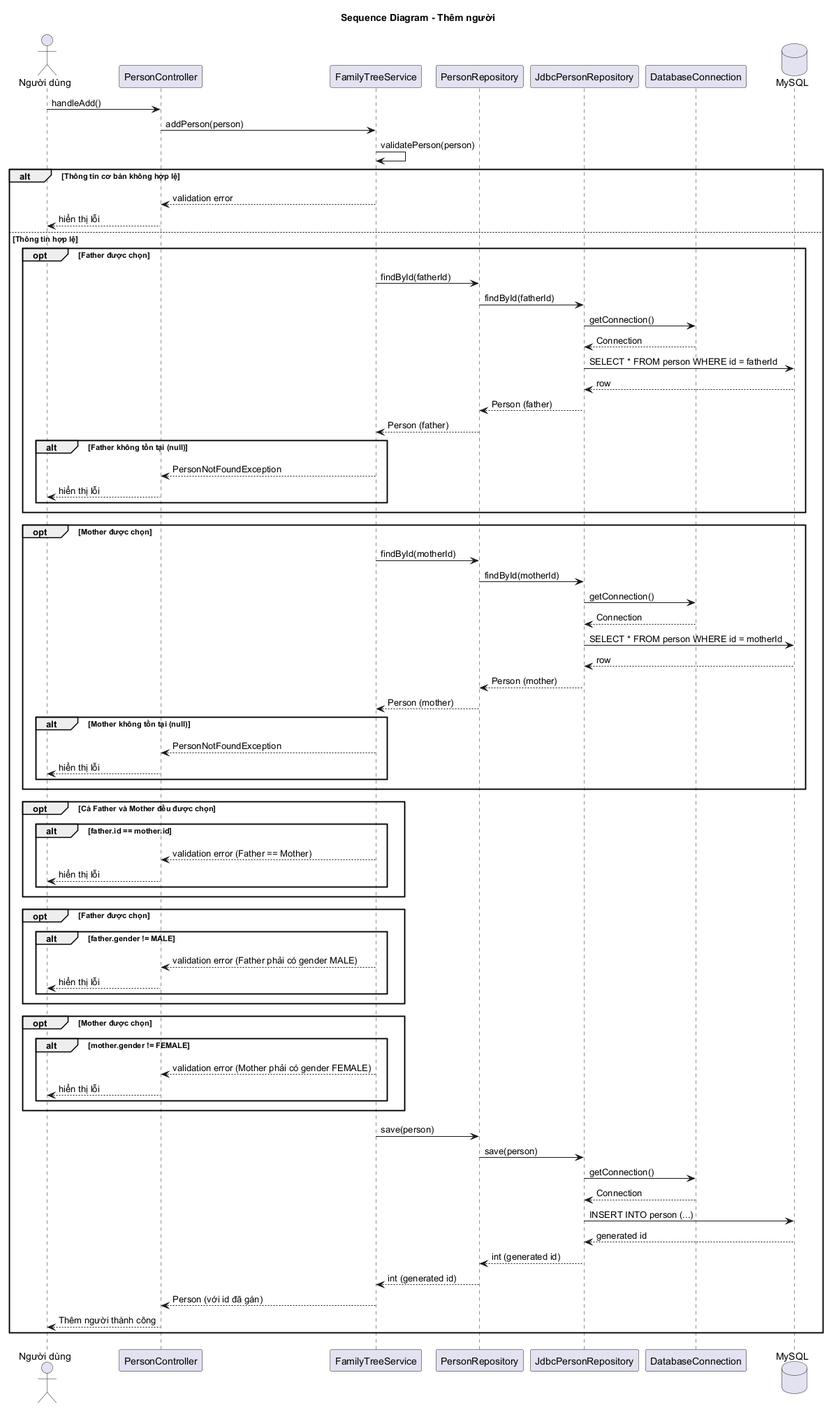
Before: docs/uml/sequence-add-person.png, a diagram exported from PlantUML (minhchien170704/do-an-gia-pha). Its diagram source:
```plantuml
@startuml sequence-add-person

title Sequence Diagram - Thêm người

actor "Người dùng" as User
participant "PersonController" as Controller
participant "FamilyTreeService" as Service
participant "PersonRepository" as Repo
participant "JdbcPersonRepository" as JdbcRepo
participant "DatabaseConnection" as DBConn
database "MySQL" as DB

User -> Controller : handleAdd()
Controller -> Service : addPerson(person)

Service -> Service : validatePerson(person)

alt Thông tin cơ bản không hợp lệ
    Service --> Controller : validation error
    Controller --> User : hiển thị lỗi
else Thông tin hợp lệ

    opt Father được chọn
        Service -> Repo : findById(fatherId)
        Repo -> JdbcRepo : findById(fatherId)
        JdbcRepo -> DBConn : getConnection()
        DBConn --> JdbcRepo : Connection
        JdbcRepo -> DB : SELECT * FROM person WHERE id = fatherId
        DB --> JdbcRepo : row
        JdbcRepo --> Repo : Person (father)
        Repo --> Service : Person (father)

        alt Father không tồn tại (null)
            Service --> Controller : PersonNotFoundException
            Controller --> User : hiển thị lỗi
        end
    end

    opt Mother được chọn
        Service -> Repo : findById(motherId)
        Repo -> JdbcRepo : findById(motherId)
        JdbcRepo -> DBConn : getConnection()
        DBConn --> JdbcRepo : Connection
        JdbcRepo -> DB : SELECT * FROM person WHERE id = motherId
        DB --> JdbcRepo : row
        JdbcRepo --> Repo : Person (mother)
        Repo --> Service : Person (mother)

        alt Mother không tồn tại (null)
            Service --> Controller : PersonNotFoundException
            Controller --> User : hiển thị lỗi
        end
    end

    opt Cả Father và Mother đều được chọn
        alt father.id == mother.id
            Service --> Controller : validation error (Father == Mother)
            Controller --> User : hiển thị lỗi
        end
    end

    opt Father được chọn
        alt father.gender != MALE
            Service --> Controller : validation error (Father phải có gender MALE)
            Controller --> User : hiển thị lỗi
        end
    end

    opt Mother được chọn
        alt mother.gender != FEMALE
            Service --> Controller : validation error (Mother phải có gender FEMALE)
            Controller --> User : hiển thị lỗi
        end
    end

    Service -> Repo : save(person)
    Repo -> JdbcRepo : save(person)
    JdbcRepo -> DBConn : getConnection()
    DBConn --> JdbcRepo : Connection
    JdbcRepo -> DB : INSERT INTO person (...)
    DB --> JdbcRepo : generated id
    JdbcRepo --> Repo : int (generated id)
    Repo --> Service : int (generated id)
    Service --> Controller : Person (với id đã gán)
    Controller --> User : Thêm người thành công

end

@enduml
```
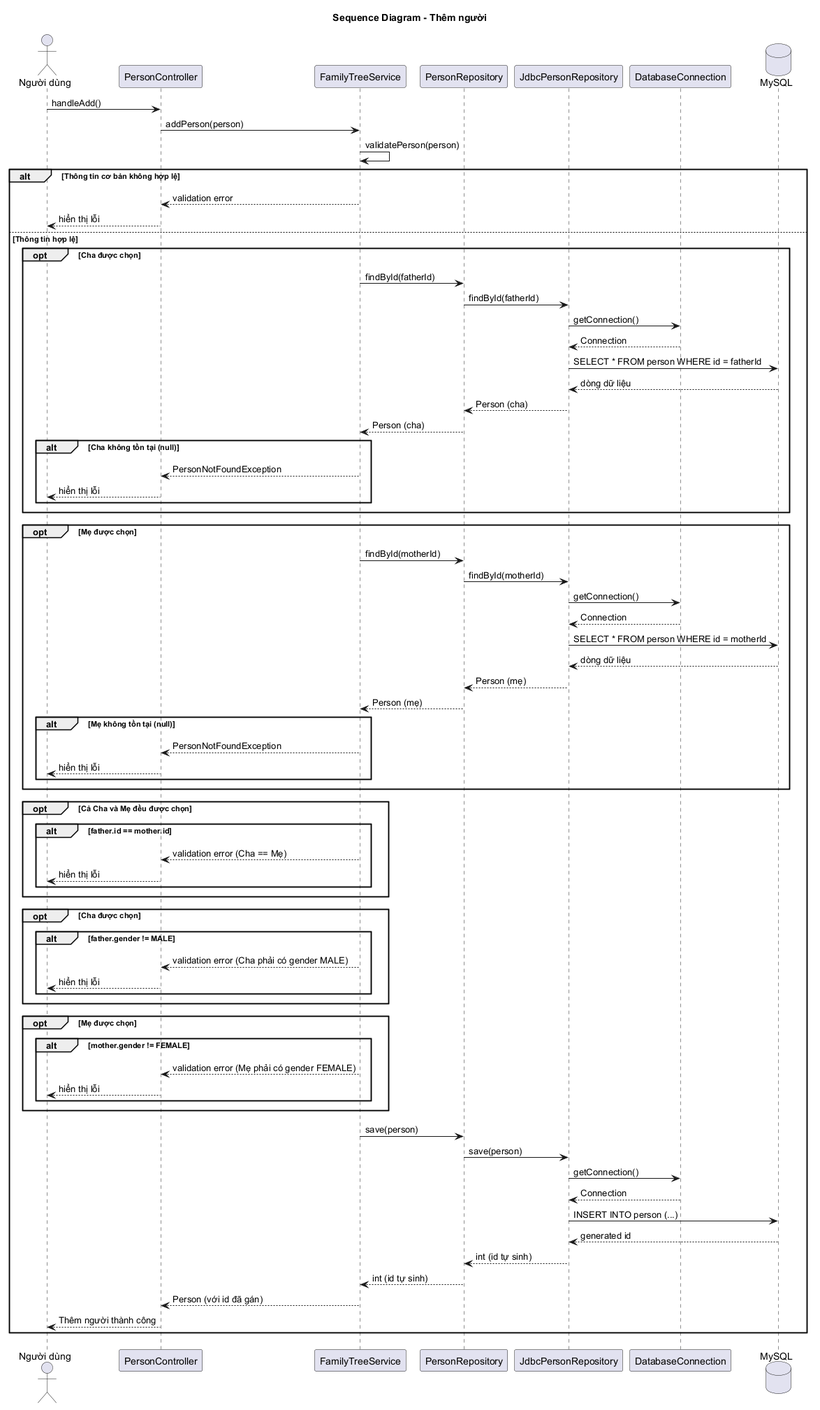
The same diagram one commit later.

Change to the diagram source:
```diff
@@ -20,55 +20,55 @@
     Controller --> User : hiển thị lỗi
 else Thông tin hợp lệ
 
-    opt Father được chọn
+    opt Cha được chọn
         Service -> Repo : findById(fatherId)
         Repo -> JdbcRepo : findById(fatherId)
         JdbcRepo -> DBConn : getConnection()
         DBConn --> JdbcRepo : Connection
         JdbcRepo -> DB : SELECT * FROM person WHERE id = fatherId
-        DB --> JdbcRepo : row
-        JdbcRepo --> Repo : Person (father)
-        Repo --> Service : Person (father)
+        DB --> JdbcRepo : dòng dữ liệu
+        JdbcRepo --> Repo : Person (cha)
+        Repo --> Service : Person (cha)
 
-        alt Father không tồn tại (null)
+        alt Cha không tồn tại (null)
             Service --> Controller : PersonNotFoundException
             Controller --> User : hiển thị lỗi
         end
     end
 
-    opt Mother được chọn
+    opt Mẹ được chọn
         Service -> Repo : findById(motherId)
         Repo -> JdbcRepo : findById(motherId)
         JdbcRepo -> DBConn : getConnection()
         DBConn --> JdbcRepo : Connection
         JdbcRepo -> DB : SELECT * FROM person WHERE id = motherId
-        DB --> JdbcRepo : row
-        JdbcRepo --> Repo : Person (mother)
-        Repo --> Service : Person (mother)
+        DB --> JdbcRepo : dòng dữ liệu
+        JdbcRepo --> Repo : Person (mẹ)
+        Repo --> Service : Person (mẹ)
 
-        alt Mother không tồn tại (null)
+        alt Mẹ không tồn tại (null)
             Service --> Controller : PersonNotFoundException
             Controller --> User : hiển thị lỗi
         end
     end
 
-    opt Cả Father và Mother đều được chọn
+    opt Cả Cha và Mẹ đều được chọn
         alt father.id == mother.id
-            Service --> Controller : validation error (Father == Mother)
+            Service --> Controller : validation error (Cha == Mẹ)
             Controller --> User : hiển thị lỗi
         end
     end
 
-    opt Father được chọn
+    opt Cha được chọn
         alt father.gender != MALE
-            Service --> Controller : validation error (Father phải có gender MALE)
+            Service --> Controller : validation error (Cha phải có gender MALE)
             Controller --> User : hiển thị lỗi
         end
     end
 
-    opt Mother được chọn
+    opt Mẹ được chọn
         alt mother.gender != FEMALE
-            Service --> Controller : validation error (Mother phải có gender FEMALE)
+            Service --> Controller : validation error (Mẹ phải có gender FEMALE)
             Controller --> User : hiển thị lỗi
         end
     end
@@ -79,8 +79,8 @@
     DBConn --> JdbcRepo : Connection
     JdbcRepo -> DB : INSERT INTO person (...)
     DB --> JdbcRepo : generated id
-    JdbcRepo --> Repo : int (generated id)
-    Repo --> Service : int (generated id)
+    JdbcRepo --> Repo : int (id tự sinh)
+    Repo --> Service : int (id tự sinh)
     Service --> Controller : Person (với id đã gán)
     Controller --> User : Thêm người thành công
 
```
